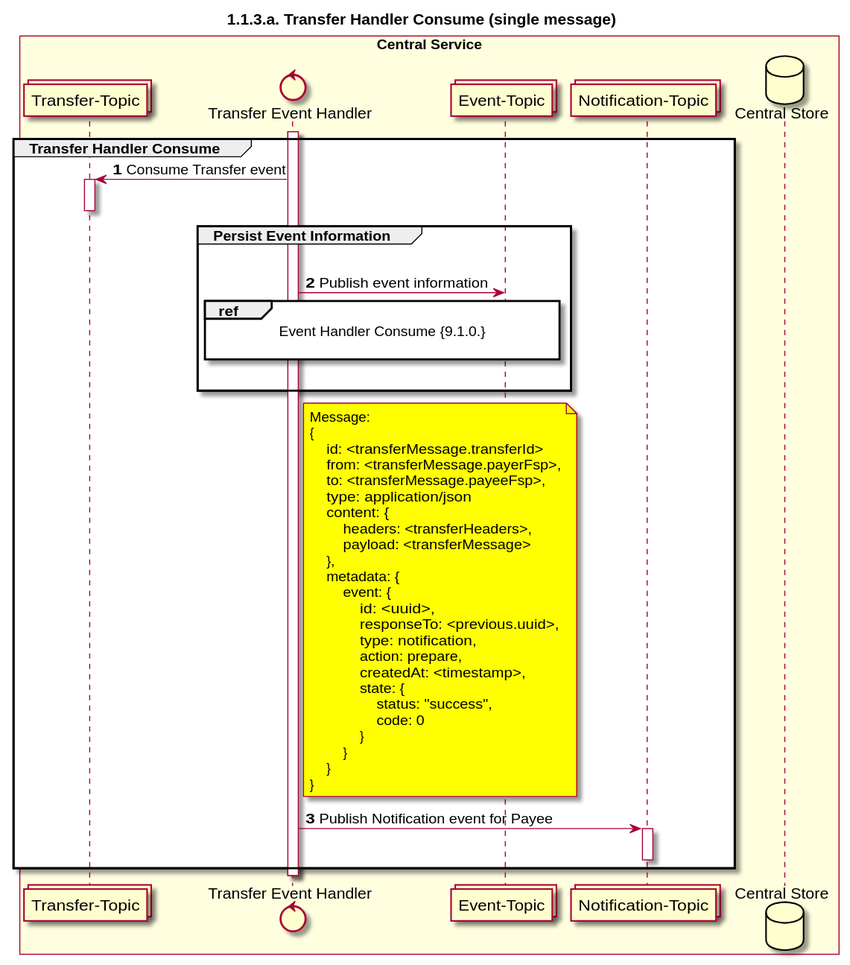
ggrg/docs keeps this PlantUML diagram as CentralServices/seq_diagrams/seq-prepare-1.1.3.a.svg. Above is the earlier version.
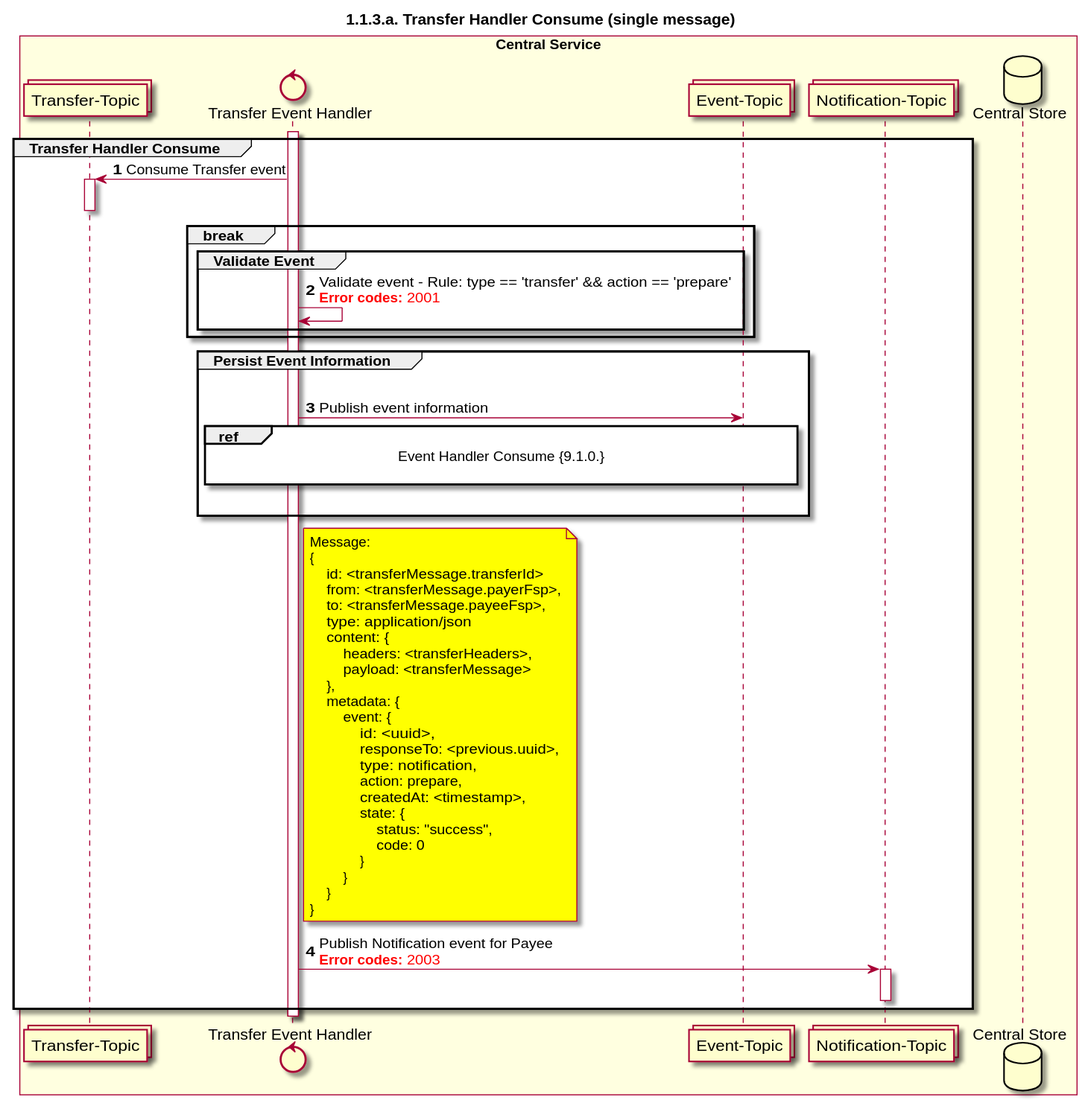
The same diagram one commit later.

Diff of the diagram source:
```diff
@@ -21,9 +21,14 @@
 activate TRANS_HANDLER
 group Transfer Handler Consume
     TOPIC_TRANSFERS <- TRANS_HANDLER: Consume Transfer event
-
     activate TOPIC_TRANSFERS
     deactivate TOPIC_TRANSFERS
+
+    break
+        group Validate Event
+            TRANS_HANDLER <-> TRANS_HANDLER: Validate event - Rule: type == 'transfer' && action == 'prepare'\n<color #FF0000><b>Error codes:</b> 2001</color>
+        end
+    end
 
     group Persist Event Information
         |||
@@ -58,7 +63,7 @@
             }
         }
     end note
-    TRANS_HANDLER -> TOPIC_NOTIFICATIONS: Publish Notification event for Payee
+    TRANS_HANDLER -> TOPIC_NOTIFICATIONS: Publish Notification event for Payee\n<color #FF0000><b>Error codes:</b> 2003</color>
     activate TOPIC_NOTIFICATIONS
     deactivate TOPIC_NOTIFICATIONS
 end
```
